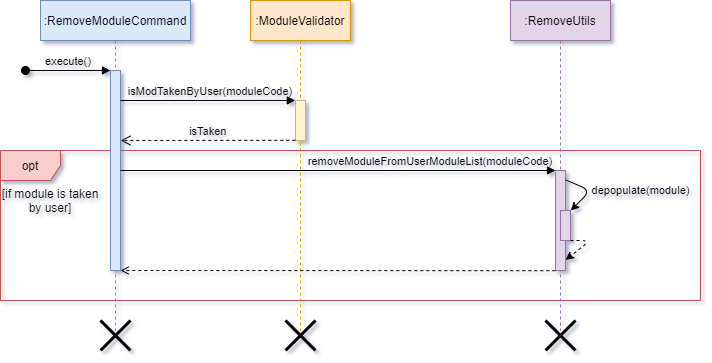
vanessa-kang/tp keeps this draw.io diagram as docs/images/DeveloperGuide/removeModuleCommand_sequence.png. Above is the earlier version. Source tidied: cells renumbered, new cells last; positions are measured from the earlier drawing's top-left corner, leaving out a move shared by most shapes.
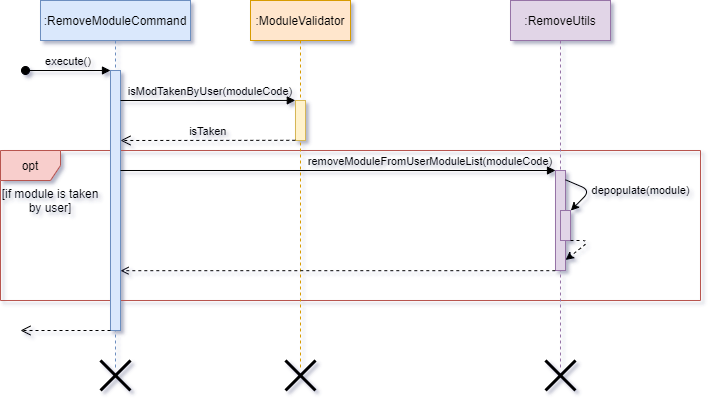
The same file after the commit.

Diff of the diagram source:
```diff
@@ -6,10 +6,10 @@
       <mxGeometry y="150" width="700" height="150" as="geometry" />
     </mxCell>
     <mxCell id="3" value=":RemoveModuleCommand" style="shape=umlLifeline;perimeter=lifelinePerimeter;rounded=0;shadow=0;strokeWidth=1;fillColor=#dae8fc;strokeColor=#6c8ebf;" parent="1" vertex="1">
-      <mxGeometry x="40" width="150" height="330" as="geometry" />
+      <mxGeometry x="40" width="150" height="370" as="geometry" />
     </mxCell>
     <mxCell id="4" style="points=[];perimeter=orthogonalPerimeter;rounded=0;shadow=0;strokeWidth=1;fillColor=#dae8fc;strokeColor=#6c8ebf;" parent="3" vertex="1">
-      <mxGeometry x="70" y="70" width="10" height="200" as="geometry" />
+      <mxGeometry x="70" y="70" width="10" height="260" as="geometry" />
     </mxCell>
     <mxCell id="5" value="execute()" style="verticalAlign=bottom;startArrow=oval;endArrow=block;startSize=8;shadow=0;strokeWidth=1;labelBackgroundColor=none;" parent="3" edge="1" target="4">
       <mxGeometry relative="1" as="geometry">
@@ -17,7 +17,7 @@
       </mxGeometry>
     </mxCell>
     <mxCell id="6" value=":RemoveUtils" style="shape=umlLifeline;perimeter=lifelinePerimeter;rounded=0;shadow=0;strokeWidth=1;fillColor=#e1d5e7;strokeColor=#9673a6;" parent="1" vertex="1">
-      <mxGeometry x="510" width="100" height="330" as="geometry" />
+      <mxGeometry x="510" width="100" height="370" as="geometry" />
     </mxCell>
     <mxCell id="7" style="points=[];perimeter=orthogonalPerimeter;rounded=0;shadow=0;strokeWidth=1;fillColor=#e1d5e7;strokeColor=#9673a6;" parent="6" vertex="1">
       <mxGeometry x="45" y="170" width="10" height="100" as="geometry" />
@@ -34,7 +34,7 @@
       </mxGeometry>
     </mxCell>
     <mxCell id="10" value=":ModuleValidator" style="shape=umlLifeline;perimeter=lifelinePerimeter;rounded=0;shadow=0;strokeWidth=1;fillColor=#ffe6cc;strokeColor=#d79b00;" parent="1" vertex="1">
-      <mxGeometry x="250" width="100" height="330" as="geometry" />
+      <mxGeometry x="250" width="100" height="370" as="geometry" />
     </mxCell>
     <mxCell id="11" style="points=[];perimeter=orthogonalPerimeter;rounded=0;shadow=0;strokeWidth=1;fillColor=#fff2cc;strokeColor=#d6b656;" parent="10" vertex="1">
       <mxGeometry x="45" y="100" width="10" height="40" as="geometry" />
@@ -69,13 +69,19 @@
       <mxGeometry y="190" width="100" height="20" as="geometry" />
     </mxCell>
     <mxCell id="18" style="shape=umlDestroy;whiteSpace=wrap;html=1;strokeWidth=3;" parent="1" vertex="1">
-      <mxGeometry x="100" y="320" width="30" height="30" as="geometry" />
+      <mxGeometry x="100" y="360" width="30" height="30" as="geometry" />
     </mxCell>
     <mxCell id="19" style="shape=umlDestroy;whiteSpace=wrap;html=1;strokeWidth=3;" parent="1" vertex="1">
-      <mxGeometry x="285" y="320" width="30" height="30" as="geometry" />
+      <mxGeometry x="285" y="360" width="30" height="30" as="geometry" />
     </mxCell>
     <mxCell id="20" style="shape=umlDestroy;whiteSpace=wrap;html=1;strokeWidth=3;" parent="1" vertex="1">
-      <mxGeometry x="545" y="320" width="30" height="30" as="geometry" />
+      <mxGeometry x="545" y="360" width="30" height="30" as="geometry" />
     </mxCell>
+    <mxCell id="21" style="verticalAlign=bottom;endArrow=open;dashed=1;endSize=8;shadow=0;strokeWidth=1;labelBackgroundColor=none;" parent="1" edge="1">
+      <mxGeometry relative="1" as="geometry">
+        <mxPoint x="110" y="330" as="sourcePoint" />
+        <mxPoint x="20" y="330" as="targetPoint" />
+      </mxGeometry>
+    </mxCell>
   </root>
 </mxGraphModel>
```
